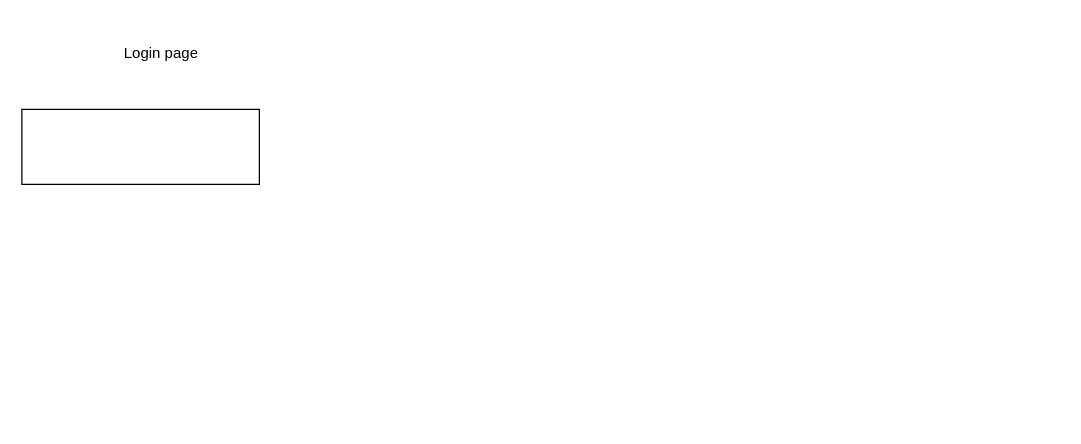
The draw.io diagram zaklucna.drawio in s1lenk/zaklucna, before the edit. Source tidied: cells renumbered, new cells numbered last; positions are measured from the earlier drawing's top-left corner, leaving out a move shared by most shapes. Both pictures are drawn from the tidied source at 125%, with x=0, y=0 at pixel (21, 21).
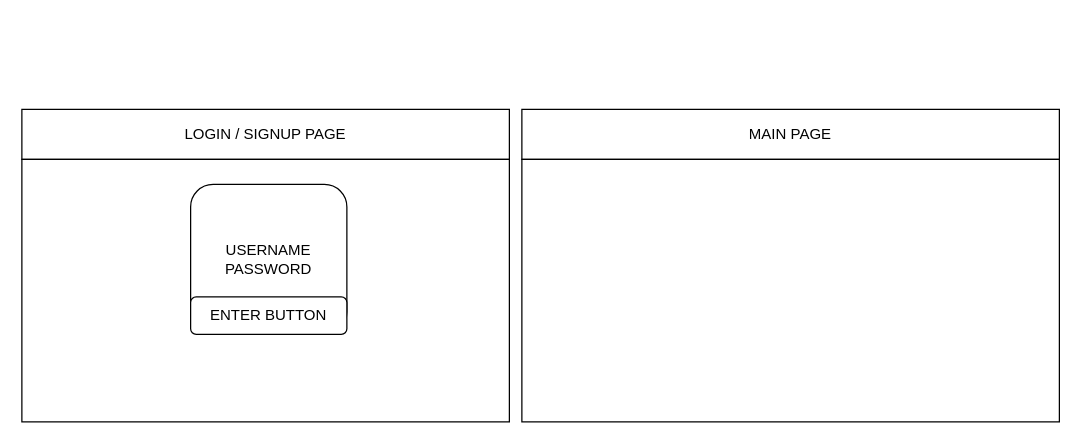
After the change.

What changed in the source:
```diff
@@
 <mxGraphModel>
   <root>
     <mxCell id="0" />
     <mxCell id="1" parent="0" />
-    <mxCell id="2" value="&lt;h1 style=&quot;margin-top: 0px;&quot;&gt;&lt;span style=&quot;font-size: 12px; font-weight: 400;&quot;&gt;Login page&lt;/span&gt;&lt;/h1&gt;&lt;div&gt;&lt;span style=&quot;font-size: 12px; font-weight: 400;&quot;&gt;&lt;br&gt;&lt;/span&gt;&lt;/div&gt;" style="text;html=1;whiteSpace=wrap;overflow=hidden;rounded=0;" parent="1" vertex="1">
-      <mxGeometry x="80" width="70" height="50" as="geometry" />
-    </mxCell>
-    <mxCell id="3" style="rounded=0;whiteSpace=wrap;html=1;" parent="1" vertex="1">
-      <mxGeometry y="70" width="190" height="60" as="geometry" />
+    <mxCell id="3" value="LOGIN / SIGNUP PAGE" style="rounded=0;whiteSpace=wrap;html=1;" parent="1" vertex="1">
+      <mxGeometry y="70" width="390" height="40" as="geometry" />
     </mxCell>
+    <mxCell id="4" style="rounded=0;whiteSpace=wrap;html=1;" parent="1" vertex="1">
+      <mxGeometry y="110" width="390" height="210" as="geometry" />
+    </mxCell>
+    <mxCell id="5" value="USERNAME&lt;br&gt;PASSWORD" style="rounded=1;whiteSpace=wrap;html=1;" parent="1" vertex="1">
+      <mxGeometry x="135" y="130" width="125" height="120" as="geometry" />
+    </mxCell>
+    <mxCell id="6" value="MAIN PAGE" style="rounded=0;whiteSpace=wrap;html=1;" parent="1" vertex="1">
+      <mxGeometry x="400" y="70" width="430" height="40" as="geometry" />
+    </mxCell>
+    <mxCell id="7" style="rounded=0;whiteSpace=wrap;html=1;" parent="1" vertex="1">
+      <mxGeometry x="400" y="110" width="430" height="210" as="geometry" />
+    </mxCell>
+    <mxCell id="8" value="ENTER BUTTON" style="rounded=1;whiteSpace=wrap;html=1;" parent="1" vertex="1">
+      <mxGeometry x="135" y="220" width="125" height="30" as="geometry" />
+    </mxCell>
   </root>
 </mxGraphModel>
```
